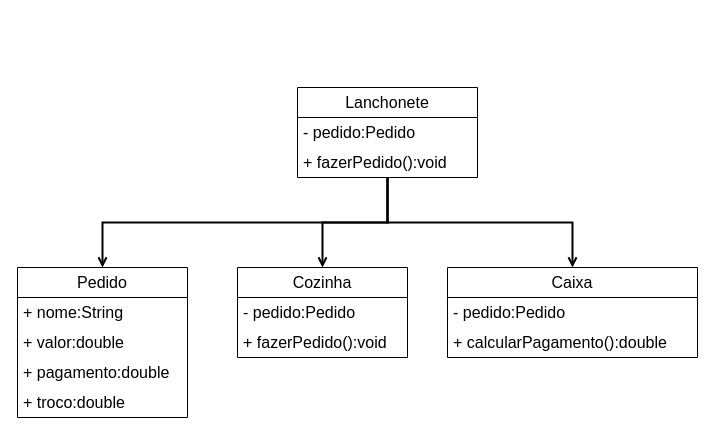
This is padroes/facade/anti/uml/facade.drawio from JhonatanLop/Bertoti, a draw.io file, before an edit. Source tidied: cells renumbered, new cells numbered last; positions are measured from the earlier drawing's top-left corner, leaving out a move shared by most shapes. Both pictures are drawn from the tidied source at 100%, with x=0, y=0 at pixel (17, 87).
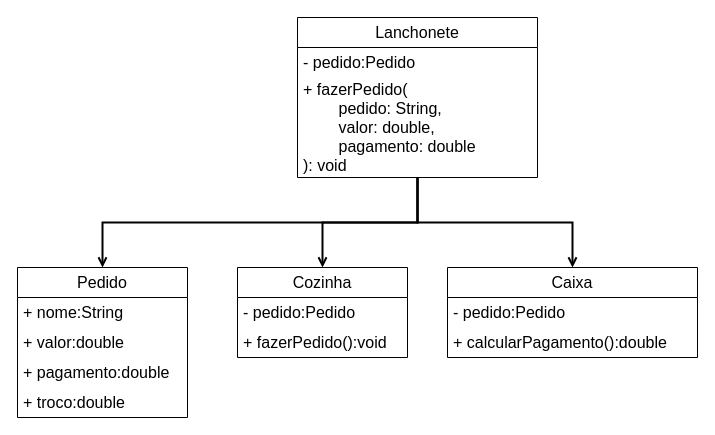
After the change.

Commit message:
doc: alterando entidade 'Lanchonete'

The edit, as a diff of the source:
```diff
@@
 <mxGraphModel>
   <root>
     <mxCell id="0" />
     <mxCell id="1" parent="0" />
     <mxCell id="2" style="edgeStyle=orthogonalEdgeStyle;rounded=0;jettySize=auto;html=1;exitX=0.5;exitY=1;exitDx=0;exitDy=0;endArrow=open;endFill=0;fontSize=16;strokeWidth=2;" parent="1" edge="1" source="5" target="8">
       <mxGeometry relative="1" as="geometry" />
     </mxCell>
     <mxCell id="3" style="edgeStyle=orthogonalEdgeStyle;rounded=0;jettySize=auto;html=1;exitX=0.5;exitY=1;exitDx=0;exitDy=0;entryX=0.5;entryY=0;entryDx=0;entryDy=0;endArrow=open;endFill=0;fontSize=16;strokeWidth=2;" parent="1" edge="1" source="5" target="11">
       <mxGeometry relative="1" as="geometry" />
     </mxCell>
     <mxCell id="4" style="edgeStyle=orthogonalEdgeStyle;rounded=0;jettySize=auto;html=1;exitX=0.5;exitY=1;exitDx=0;exitDy=0;entryX=0.5;entryY=0;entryDx=0;entryDy=0;endArrow=open;endFill=0;fontSize=16;strokeWidth=2;" parent="1" edge="1" source="5" target="14">
       <mxGeometry relative="1" as="geometry" />
     </mxCell>
     <mxCell id="5" value="&lt;div style=&quot;font-size: 16px;&quot;&gt;Lanchonete&lt;/div&gt;" style="swimlane;fontStyle=0;horizontal=1;startSize=30;whiteSpace=wrap;html=1;fontSize=16;" parent="1" vertex="1">
-      <mxGeometry x="280" width="180" height="90" as="geometry" />
+      <mxGeometry x="280" y="-70" width="240" height="160" as="geometry" />
     </mxCell>
     <mxCell id="6" value="- pedido:Pedido" style="text;strokeColor=none;fillColor=none;align=left;verticalAlign=middle;spacingLeft=4;spacingRight=4;overflow=hidden;whiteSpace=wrap;html=1;fontSize=16;" parent="5" vertex="1">
-      <mxGeometry y="30" width="180" height="30" as="geometry" />
+      <mxGeometry y="30" width="240" height="30" as="geometry" />
     </mxCell>
-    <mxCell id="7" value="+ fazerPedido():void" style="text;strokeColor=none;fillColor=none;align=left;verticalAlign=middle;spacingLeft=4;spacingRight=4;overflow=hidden;whiteSpace=wrap;html=1;fontSize=16;" parent="5" vertex="1">
-      <mxGeometry y="60" width="180" height="30" as="geometry" />
+    <mxCell id="7" value="&lt;div&gt;+ fazerPedido(&lt;/div&gt;&lt;div&gt;&lt;span style=&quot;white-space: pre;&quot;&gt;&#9;&lt;/span&gt;pedido: String,&lt;/div&gt;&lt;div&gt;&lt;span style=&quot;white-space: pre;&quot;&gt;&#9;&lt;/span&gt;valor: double,&lt;/div&gt;&lt;div&gt;&lt;span style=&quot;white-space: pre;&quot;&gt;&#9;&lt;/span&gt;pagamento: double&lt;br&gt;&lt;/div&gt;&lt;div&gt;): void&lt;/div&gt;" style="text;strokeColor=none;fillColor=none;align=left;verticalAlign=middle;spacingLeft=4;spacingRight=4;overflow=hidden;whiteSpace=wrap;html=1;fontSize=16;" parent="5" vertex="1">
+      <mxGeometry y="60" width="240" height="100" as="geometry" />
     </mxCell>
     <mxCell id="8" value="Caixa" style="swimlane;fontStyle=0;horizontal=1;startSize=30;whiteSpace=wrap;html=1;fontSize=16;" parent="1" vertex="1">
       <mxGeometry x="430" y="180" width="250" height="90" as="geometry" />
     </mxCell>
     <mxCell id="9" value="- pedido:Pedido" style="text;strokeColor=none;fillColor=none;align=left;verticalAlign=middle;spacingLeft=4;spacingRight=4;overflow=hidden;whiteSpace=wrap;html=1;fontSize=16;" parent="8" vertex="1">
       <mxGeometry y="30" width="250" height="30" as="geometry" />
     </mxCell>
     <mxCell id="10" value="+ calcularPagamento():double" style="text;strokeColor=none;fillColor=none;align=left;verticalAlign=middle;spacingLeft=4;spacingRight=4;overflow=hidden;whiteSpace=wrap;html=1;fontSize=16;" parent="8" vertex="1">
       <mxGeometry y="60" width="250" height="30" as="geometry" />
     </mxCell>
     <mxCell id="11" value="Cozinha" style="swimlane;fontStyle=0;horizontal=1;startSize=30;whiteSpace=wrap;html=1;fontSize=16;" parent="1" vertex="1">
       <mxGeometry x="220" y="180" width="170" height="90" as="geometry" />
     </mxCell>
     <mxCell id="12" value="- pedido:Pedido" style="text;strokeColor=none;fillColor=none;align=left;verticalAlign=middle;spacingLeft=4;spacingRight=4;overflow=hidden;whiteSpace=wrap;html=1;fontSize=16;" parent="11" vertex="1">
       <mxGeometry y="30" width="170" height="30" as="geometry" />
     </mxCell>
     <mxCell id="13" value="+ fazerPedido():void" style="text;strokeColor=none;fillColor=none;align=left;verticalAlign=middle;spacingLeft=4;spacingRight=4;overflow=hidden;whiteSpace=wrap;html=1;fontSize=16;" parent="11" vertex="1">
       <mxGeometry y="60" width="170" height="30" as="geometry" />
     </mxCell>
     <mxCell id="14" value="Pedido" style="swimlane;fontStyle=0;horizontal=1;startSize=30;whiteSpace=wrap;html=1;fontSize=16;" parent="1" vertex="1">
       <mxGeometry y="180" width="170" height="150" as="geometry" />
     </mxCell>
     <mxCell id="15" value="+ nome:String" style="text;strokeColor=none;fillColor=none;align=left;verticalAlign=middle;spacingLeft=4;spacingRight=4;overflow=hidden;whiteSpace=wrap;html=1;fontSize=16;" parent="14" vertex="1">
       <mxGeometry y="30" width="170" height="30" as="geometry" />
     </mxCell>
     <mxCell id="16" value="+ valor:double" style="text;strokeColor=none;fillColor=none;align=left;verticalAlign=middle;spacingLeft=4;spacingRight=4;overflow=hidden;whiteSpace=wrap;html=1;fontSize=16;" parent="14" vertex="1">
       <mxGeometry y="60" width="170" height="30" as="geometry" />
     </mxCell>
     <mxCell id="17" value="+ pagamento:double" style="text;strokeColor=none;fillColor=none;align=left;verticalAlign=middle;spacingLeft=4;spacingRight=4;overflow=hidden;whiteSpace=wrap;html=1;fontSize=16;" parent="14" vertex="1">
       <mxGeometry y="90" width="170" height="30" as="geometry" />
     </mxCell>
     <mxCell id="18" value="+ troco:double" style="text;strokeColor=none;fillColor=none;align=left;verticalAlign=middle;spacingLeft=4;spacingRight=4;overflow=hidden;whiteSpace=wrap;html=1;fontSize=16;" parent="14" vertex="1">
       <mxGeometry y="120" width="170" height="30" as="geometry" />
     </mxCell>
   </root>
 </mxGraphModel>
```
